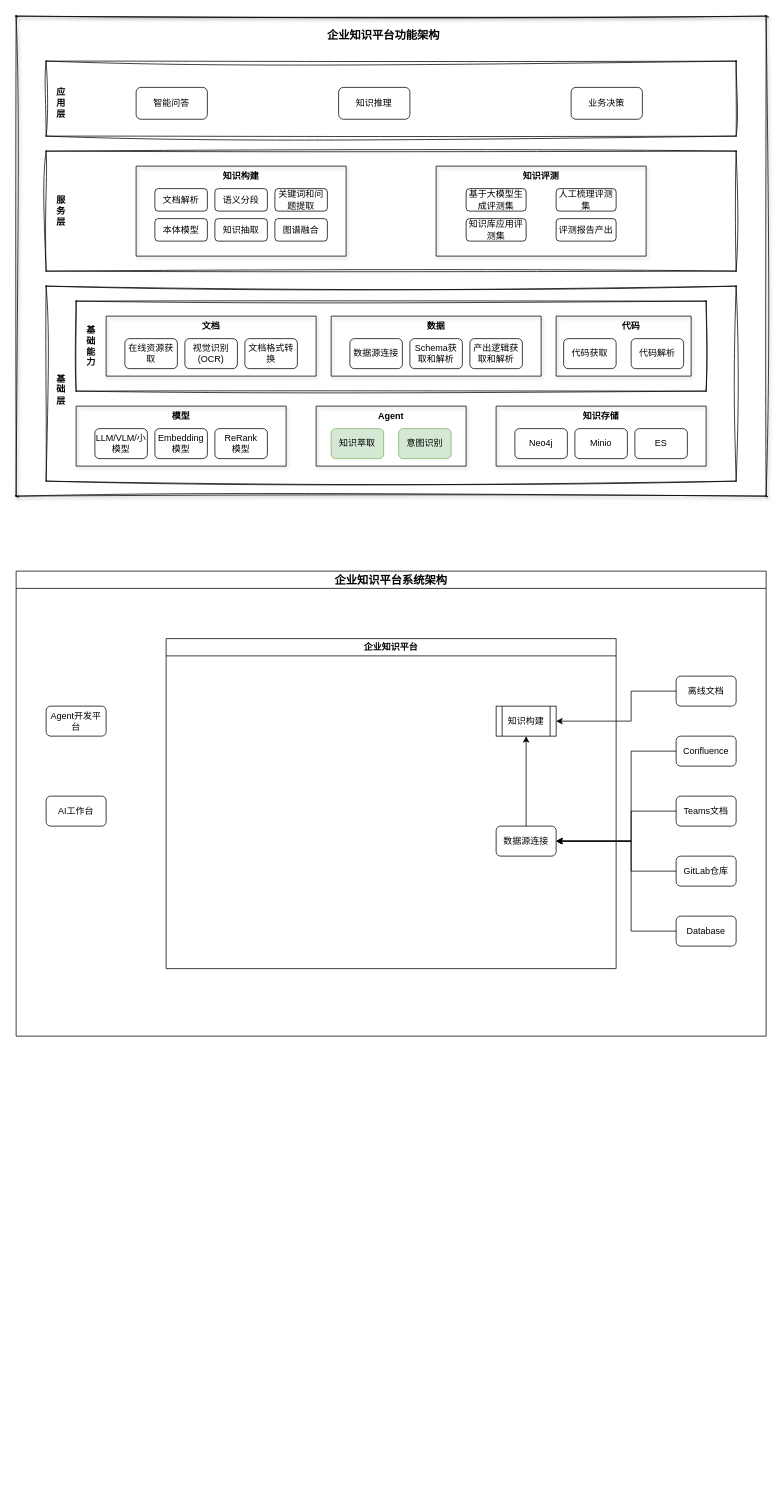
This is page "平台整体设计" (1 of 2) of biz_flow/企业知识平台设计.drawio from hlld3344/diagrams, a draw.io file, before an edit. Source tidied: cells renumbered, new cells numbered last; positions are measured from the earlier drawing's top-left corner, leaving out a move shared by most shapes. Both pictures are drawn from the tidied source at 75%, with x=0, y=0 at pixel (16, 16).
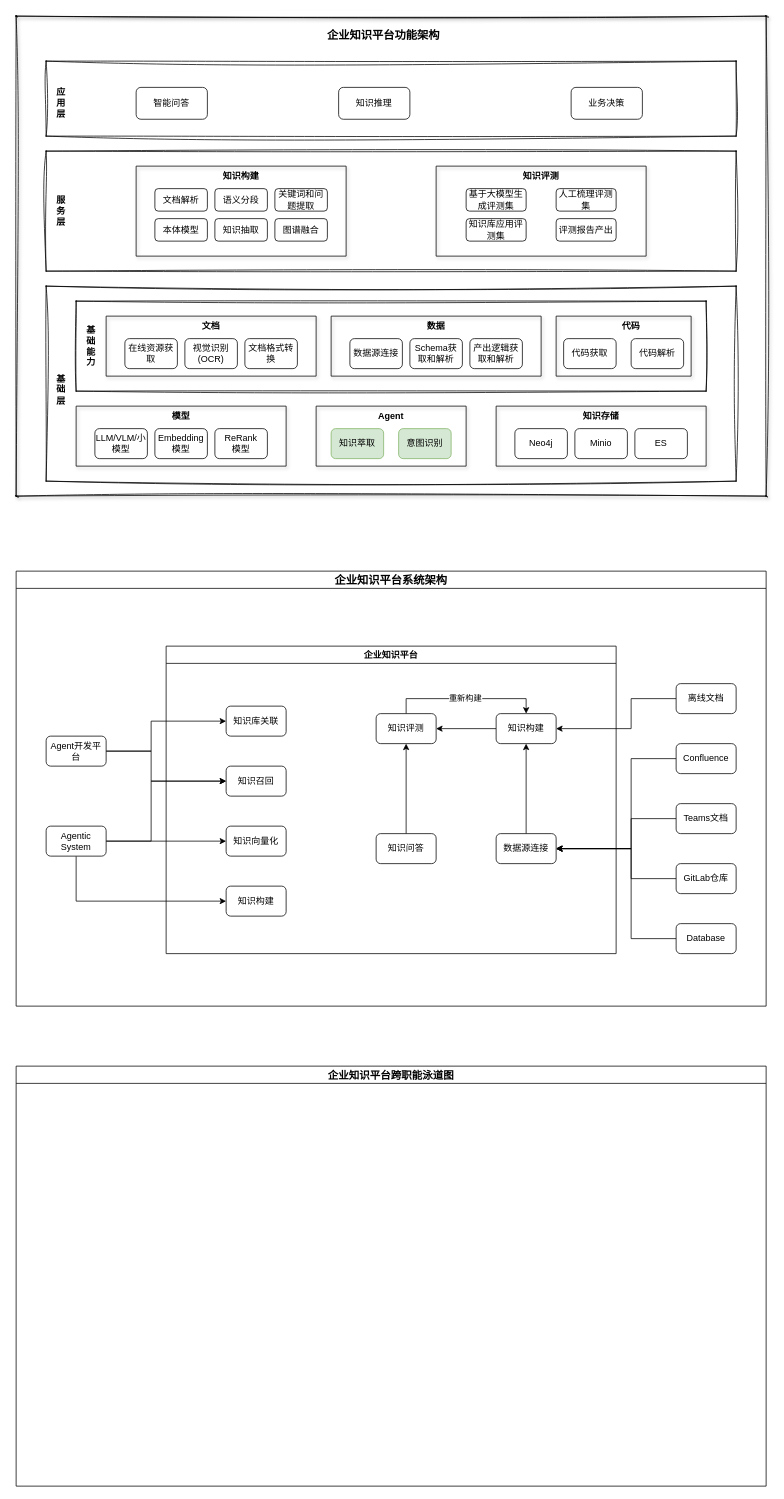
The same page after the edit.

Commit message:
更新企业知识平台设计.drawio

Unchanged cells that the change refers to:
```xml
<mxCell id="60" value="数据源连接" style="rounded=1;whiteSpace=wrap;html=1;" parent="58" vertex="1">
  <mxGeometry x="440" y="250" width="80" height="40" as="geometry" />
</mxCell>
```

Diff of the diagram source:
```diff
@@
     <mxCell id="57" value="&lt;font style=&quot;font-size: 15px;&quot;&gt;企业知识平台系统架构&lt;/font&gt;" style="swimlane;whiteSpace=wrap;html=1;" parent="1" vertex="1">
-      <mxGeometry y="740" width="1000" height="620" as="geometry" />
+      <mxGeometry y="740" width="1000" height="580" as="geometry" />
     </mxCell>
     <mxCell id="58" value="企业知识平台" style="swimlane;whiteSpace=wrap;html=1;" parent="57" vertex="1">
-      <mxGeometry x="200" y="90" width="600" height="440" as="geometry" />
+      <mxGeometry x="200" y="100" width="600" height="410" as="geometry" />
     </mxCell>
-    <mxCell id="59" style="edgeStyle=orthogonalEdgeStyle;rounded=0;jettySize=auto;html=1;exitX=0.5;exitY=0;exitDx=0;exitDy=0;" parent="58" edge="1" source="60" target="61">
-      <mxGeometry relative="1" as="geometry" />
+    <mxCell id="59" style="edgeStyle=orthogonalEdgeStyle;rounded=0;jettySize=auto;html=1;exitX=0.5;exitY=0;exitDx=0;exitDy=0;" parent="58" edge="1" source="60">
+      <mxGeometry relative="1" as="geometry">
+        <mxPoint x="480" y="130" as="targetPoint" />
+      </mxGeometry>
     </mxCell>
@@
-    <mxCell id="61" value="知识构建" style="shape=process;whiteSpace=wrap;html=1;backgroundOutline=1;" parent="58" vertex="1">
-      <mxGeometry x="440" y="90" width="80" height="40" as="geometry" />
-    </mxCell>
-    <mxCell id="62" value="Agent开发平台" style="rounded=1;whiteSpace=wrap;html=1;" parent="57" vertex="1">
-      <mxGeometry x="40" y="180" width="80" height="40" as="geometry" />
-    </mxCell>
+    <mxCell id="74" style="edgeStyle=orthogonalEdgeStyle;rounded=0;orthogonalLoop=1;jettySize=auto;html=1;exitX=0;exitY=0.5;exitDx=0;exitDy=0;entryX=1;entryY=0.5;entryDx=0;entryDy=0;" parent="58" edge="1">
+      <mxGeometry relative="1" as="geometry">
+        <mxPoint x="440" y="110" as="sourcePoint" />
+        <mxPoint x="360" y="110" as="targetPoint" />
+      </mxGeometry>
+    </mxCell>
+    <mxCell id="75" value="知识召回" style="rounded=1;whiteSpace=wrap;html=1;" parent="58" vertex="1">
+      <mxGeometry x="80" y="160" width="80" height="40" as="geometry" />
+    </mxCell>
+    <mxCell id="76" value="知识构建" style="rounded=1;whiteSpace=wrap;html=1;" parent="58" vertex="1">
+      <mxGeometry x="440" y="90" width="80" height="40" as="geometry" />
+    </mxCell>
+    <mxCell id="77" style="edgeStyle=orthogonalEdgeStyle;rounded=0;jettySize=auto;html=1;exitX=0.5;exitY=0;exitDx=0;exitDy=0;entryX=0.5;entryY=0;entryDx=0;entryDy=0;" parent="58" edge="1" source="79" target="76">
+      <mxGeometry relative="1" as="geometry" />
+    </mxCell>
+    <mxCell id="78" value="重新构建" style="edgeLabel;html=1;align=center;verticalAlign=middle;" parent="77" vertex="1">
+      <mxGeometry x="-0.02" y="2" relative="1" as="geometry" />
+    </mxCell>
+    <mxCell id="79" value="知识评测" style="rounded=1;whiteSpace=wrap;html=1;" parent="58" vertex="1">
+      <mxGeometry x="280" y="90" width="80" height="40" as="geometry" />
+    </mxCell>
+    <mxCell id="80" style="edgeStyle=orthogonalEdgeStyle;rounded=0;jettySize=auto;html=1;exitX=0.5;exitY=0;exitDx=0;exitDy=0;entryX=0.5;entryY=1;entryDx=0;entryDy=0;" parent="58" edge="1" source="81" target="79">
+      <mxGeometry relative="1" as="geometry" />
+    </mxCell>
+    <mxCell id="81" value="知识问答" style="rounded=1;whiteSpace=wrap;html=1;" parent="58" vertex="1">
+      <mxGeometry x="280" y="250" width="80" height="40" as="geometry" />
+    </mxCell>
+    <mxCell id="82" value="知识向量化" style="rounded=1;whiteSpace=wrap;html=1;" parent="58" vertex="1">
+      <mxGeometry x="80" y="240" width="80" height="40" as="geometry" />
+    </mxCell>
+    <mxCell id="83" value="知识构建" style="rounded=1;whiteSpace=wrap;html=1;" parent="58" vertex="1">
+      <mxGeometry x="80" y="320" width="80" height="40" as="geometry" />
+    </mxCell>
+    <mxCell id="84" style="edgeStyle=orthogonalEdgeStyle;rounded=0;jettySize=auto;html=1;exitX=1;exitY=0.5;exitDx=0;exitDy=0;entryX=0;entryY=0.5;entryDx=0;entryDy=0;" parent="57" edge="1" source="62" target="89">
+      <mxGeometry relative="1" as="geometry">
+        <Array as="points">
+          <mxPoint x="180" y="240" />
+          <mxPoint x="180" y="200" />
+        </Array>
+      </mxGeometry>
+    </mxCell>
+    <mxCell id="85" style="edgeStyle=orthogonalEdgeStyle;rounded=0;jettySize=auto;html=1;exitX=1;exitY=0.5;exitDx=0;exitDy=0;entryX=0;entryY=0.5;entryDx=0;entryDy=0;" parent="57" edge="1" source="62" target="75">
+      <mxGeometry relative="1" as="geometry">
+        <Array as="points">
+          <mxPoint x="180" y="240" />
+          <mxPoint x="180" y="280" />
+        </Array>
+      </mxGeometry>
+    </mxCell>
+    <mxCell id="86" style="edgeStyle=orthogonalEdgeStyle;rounded=0;jettySize=auto;html=1;exitX=1;exitY=0.5;exitDx=0;exitDy=0;" parent="57" edge="1" source="63" target="82">
+      <mxGeometry relative="1" as="geometry" />
+    </mxCell>
+    <mxCell id="87" style="edgeStyle=orthogonalEdgeStyle;rounded=0;jettySize=auto;html=1;exitX=0.5;exitY=1;exitDx=0;exitDy=0;entryX=0;entryY=0.5;entryDx=0;entryDy=0;" parent="57" edge="1" source="63" target="83">
+      <mxGeometry relative="1" as="geometry" />
+    </mxCell>
+    <mxCell id="88" style="edgeStyle=orthogonalEdgeStyle;rounded=0;jettySize=auto;html=1;exitX=1;exitY=0.5;exitDx=0;exitDy=0;entryX=0;entryY=0.5;entryDx=0;entryDy=0;" parent="57" edge="1" source="63" target="75">
+      <mxGeometry relative="1" as="geometry">
+        <Array as="points">
+          <mxPoint x="180" y="360" />
+          <mxPoint x="180" y="280" />
+        </Array>
+      </mxGeometry>
+    </mxCell>
-    <mxCell id="63" value="AI工作台" style="rounded=1;whiteSpace=wrap;html=1;" parent="57" vertex="1">
-      <mxGeometry x="40" y="300" width="80" height="40" as="geometry" />
+    <mxCell id="63" value="Agentic System" style="rounded=1;whiteSpace=wrap;html=1;" parent="57" vertex="1">
+      <mxGeometry x="40" y="340" width="80" height="40" as="geometry" />
     </mxCell>
     <mxCell id="64" style="edgeStyle=orthogonalEdgeStyle;rounded=0;jettySize=auto;html=1;exitX=0;exitY=0.5;exitDx=0;exitDy=0;entryX=1;entryY=0.5;entryDx=0;entryDy=0;" parent="57" edge="1" source="65" target="60">
       <mxGeometry relative="1" as="geometry">
         <Array as="points">
-          <mxPoint x="820" y="240" />
-          <mxPoint x="820" y="360" />
+          <mxPoint x="820" y="250" />
+          <mxPoint x="820" y="370" />
         </Array>
       </mxGeometry>
     </mxCell>
     <mxCell id="65" value="Confluence" style="rounded=1;whiteSpace=wrap;html=1;" parent="57" vertex="1">
-      <mxGeometry x="880" y="220" width="80" height="40" as="geometry" />
+      <mxGeometry x="880" y="230" width="80" height="40" as="geometry" />
     </mxCell>
     <mxCell id="66" style="edgeStyle=orthogonalEdgeStyle;rounded=0;jettySize=auto;html=1;exitX=0;exitY=0.5;exitDx=0;exitDy=0;entryX=1;entryY=0.5;entryDx=0;entryDy=0;" parent="57" edge="1" source="67" target="60">
       <mxGeometry relative="1" as="geometry">
         <Array as="points">
-          <mxPoint x="820" y="320" />
-          <mxPoint x="820" y="360" />
+          <mxPoint x="820" y="330" />
+          <mxPoint x="820" y="370" />
         </Array>
       </mxGeometry>
     </mxCell>
     <mxCell id="67" value="Teams文档" style="rounded=1;whiteSpace=wrap;html=1;" parent="57" vertex="1">
-      <mxGeometry x="880" y="300" width="80" height="40" as="geometry" />
+      <mxGeometry x="880" y="310" width="80" height="40" as="geometry" />
     </mxCell>
     <mxCell id="68" style="edgeStyle=orthogonalEdgeStyle;rounded=0;jettySize=auto;html=1;exitX=0;exitY=0.5;exitDx=0;exitDy=0;entryX=1;entryY=0.5;entryDx=0;entryDy=0;" parent="57" edge="1" source="69" target="60">
       <mxGeometry relative="1" as="geometry">
         <Array as="points">
-          <mxPoint x="820" y="400" />
-          <mxPoint x="820" y="360" />
+          <mxPoint x="820" y="410" />
+          <mxPoint x="820" y="370" />
         </Array>
       </mxGeometry>
     </mxCell>
     <mxCell id="69" value="GitLab仓库" style="rounded=1;whiteSpace=wrap;html=1;" parent="57" vertex="1">
-      <mxGeometry x="880" y="380" width="80" height="40" as="geometry" />
+      <mxGeometry x="880" y="390" width="80" height="40" as="geometry" />
     </mxCell>
-    <mxCell id="70" style="edgeStyle=orthogonalEdgeStyle;rounded=0;jettySize=auto;html=1;exitX=0;exitY=0.5;exitDx=0;exitDy=0;entryX=1;entryY=0.5;entryDx=0;entryDy=0;" parent="57" edge="1" source="71" target="61">
+    <mxCell id="70" style="edgeStyle=orthogonalEdgeStyle;rounded=0;jettySize=auto;html=1;exitX=0;exitY=0.5;exitDx=0;exitDy=0;entryX=1;entryY=0.5;entryDx=0;entryDy=0;" parent="57" edge="1" source="71">
       <mxGeometry relative="1" as="geometry">
+        <mxPoint x="720" y="210" as="targetPoint" />
         <Array as="points">
-          <mxPoint x="820" y="160" />
-          <mxPoint x="820" y="200" />
+          <mxPoint x="820" y="170" />
+          <mxPoint x="820" y="210" />
         </Array>
       </mxGeometry>
     </mxCell>
     <mxCell id="71" value="离线文档" style="rounded=1;whiteSpace=wrap;html=1;" parent="57" vertex="1">
-      <mxGeometry x="880" y="140" width="80" height="40" as="geometry" />
+      <mxGeometry x="880" y="150" width="80" height="40" as="geometry" />
     </mxCell>
     <mxCell id="72" style="edgeStyle=orthogonalEdgeStyle;rounded=0;jettySize=auto;html=1;exitX=0;exitY=0.5;exitDx=0;exitDy=0;entryX=1;entryY=0.5;entryDx=0;entryDy=0;" parent="57" edge="1" source="73" target="60">
       <mxGeometry relative="1" as="geometry">
         <Array as="points">
-          <mxPoint x="820" y="480" />
-          <mxPoint x="820" y="360" />
+          <mxPoint x="820" y="490" />
+          <mxPoint x="820" y="370" />
         </Array>
       </mxGeometry>
     </mxCell>
     <mxCell id="73" value="Database" style="rounded=1;whiteSpace=wrap;html=1;" parent="57" vertex="1">
-      <mxGeometry x="880" y="460" width="80" height="40" as="geometry" />
+      <mxGeometry x="880" y="470" width="80" height="40" as="geometry" />
     </mxCell>
+    <mxCell id="62" value="Agent开发平台" style="rounded=1;whiteSpace=wrap;html=1;" parent="57" vertex="1">
+      <mxGeometry x="40" y="220" width="80" height="40" as="geometry" />
+    </mxCell>
+    <mxCell id="89" value="知识库关联" style="rounded=1;whiteSpace=wrap;html=1;" parent="57" vertex="1">
+      <mxGeometry x="280" y="180" width="80" height="40" as="geometry" />
+    </mxCell>
+    <mxCell id="90" value="&lt;font style=&quot;font-size: 14px;&quot;&gt;企业知识平台跨职能泳道图&lt;/font&gt;" style="swimlane;whiteSpace=wrap;html=1;" parent="1" vertex="1">
+      <mxGeometry y="1400" width="1000" height="560" as="geometry" />
+    </mxCell>
```
